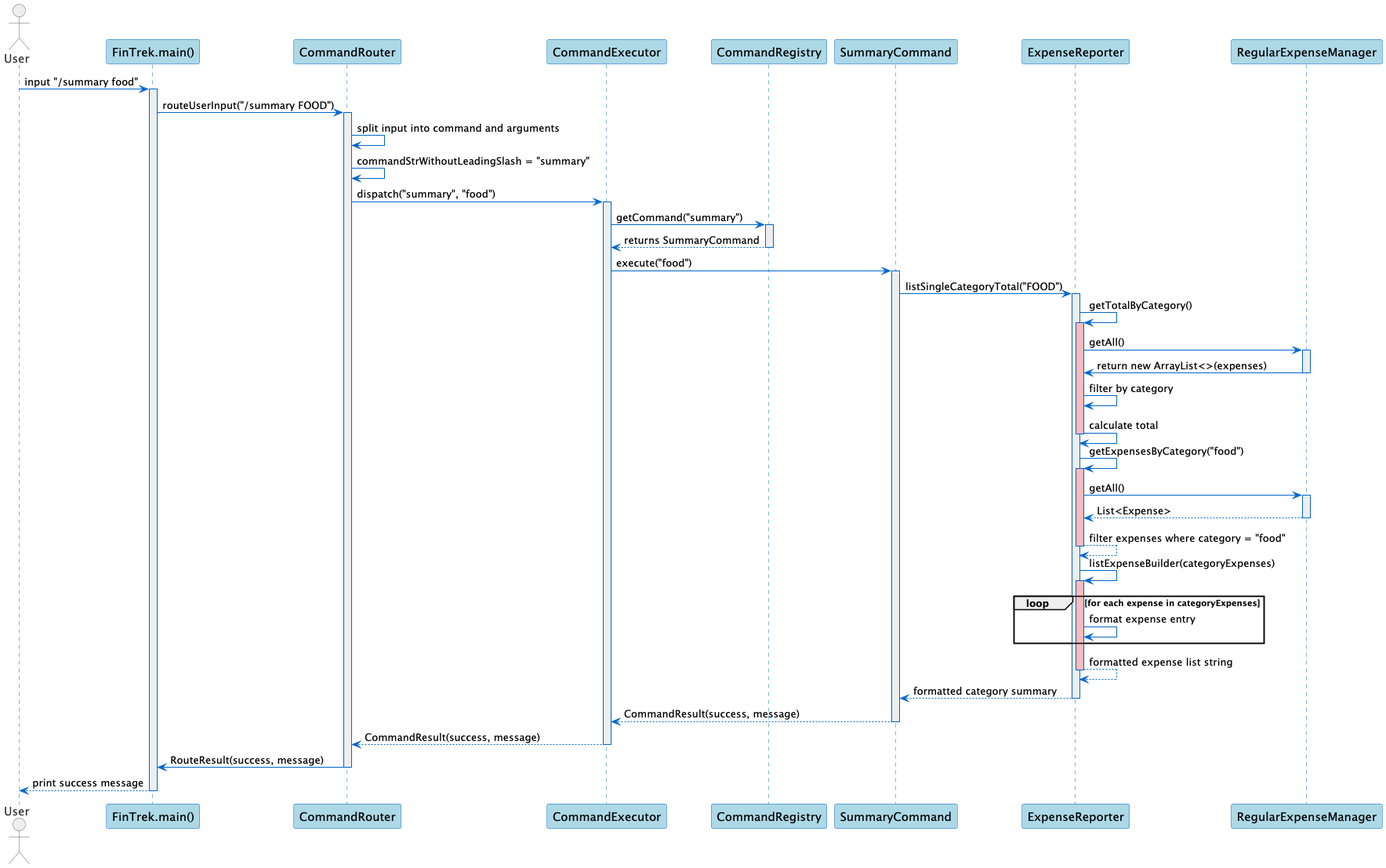
Before: docs/images/summary.png, a diagram exported from PlantUML (randust/tp).
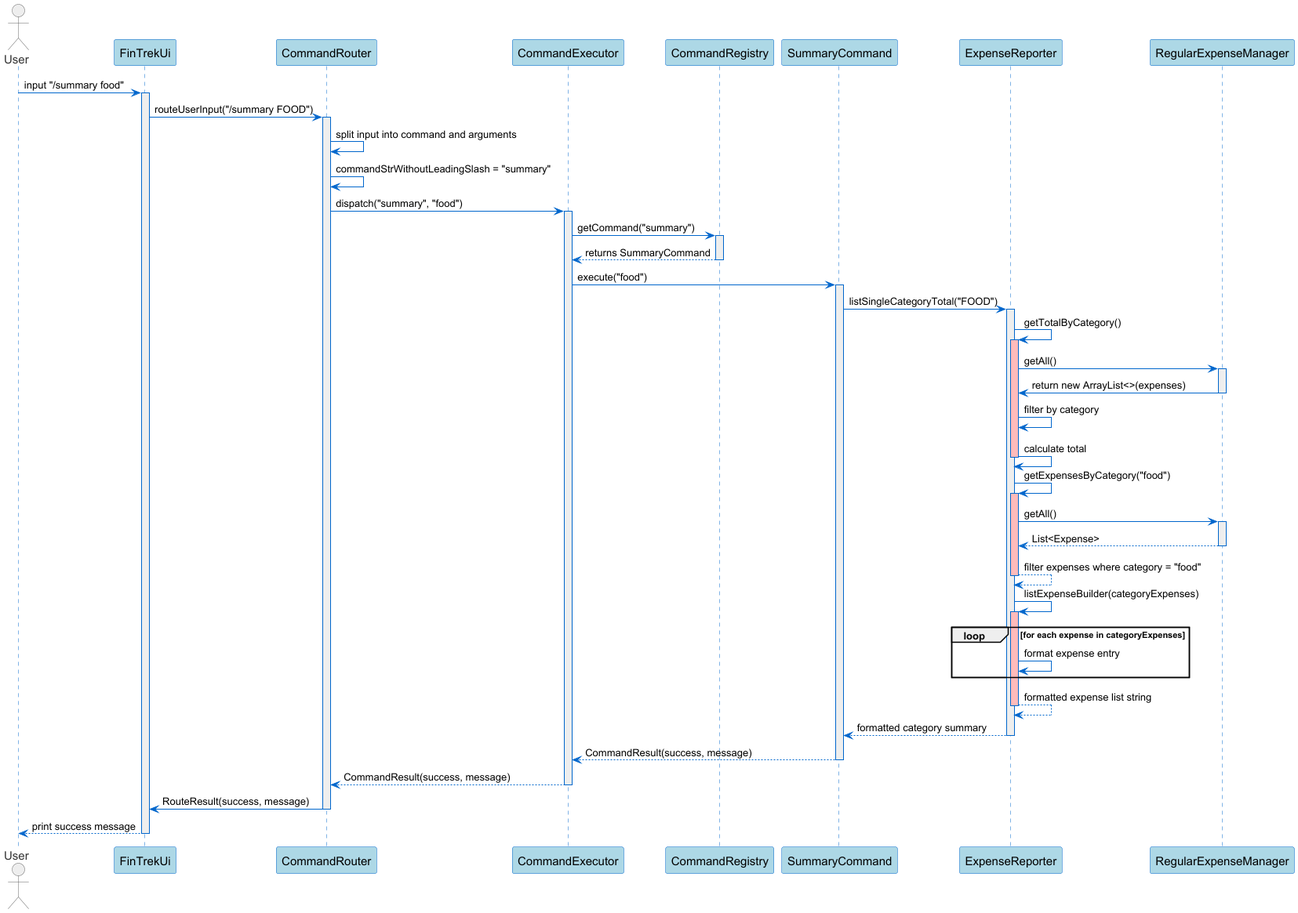
After the commit.

Change to the diagram source:
```diff
@@ -21,7 +21,7 @@
 }
 
 actor "User" as user
-participant "FinTrek.main()" as FT
+participant "FinTrekUi" as FT
 participant "CommandRouter" as router
 participant "CommandExecutor" as executor
 participant "CommandRegistry" as registry
```
